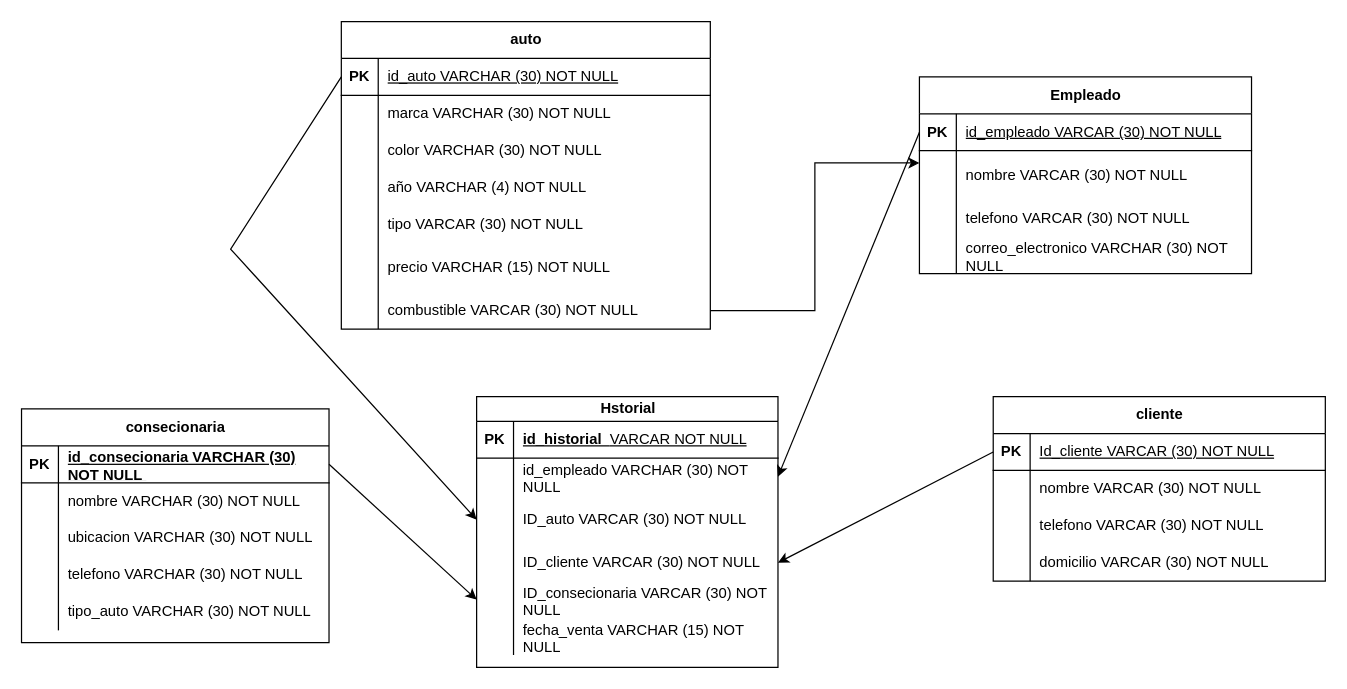
Above: page "Página-2" (2 of 2) of diagrama/consencionaria.drawio in GerardoNR/fbd-gerardo-reyes (draw.io), before the change. Source tidied: cells renumbered, new cells numbered last; positions are measured from the earlier drawing's top-left corner, leaving out a move shared by most shapes. Both pictures are drawn from the tidied source at 123%, with x=0, y=0 at pixel (21, 21).
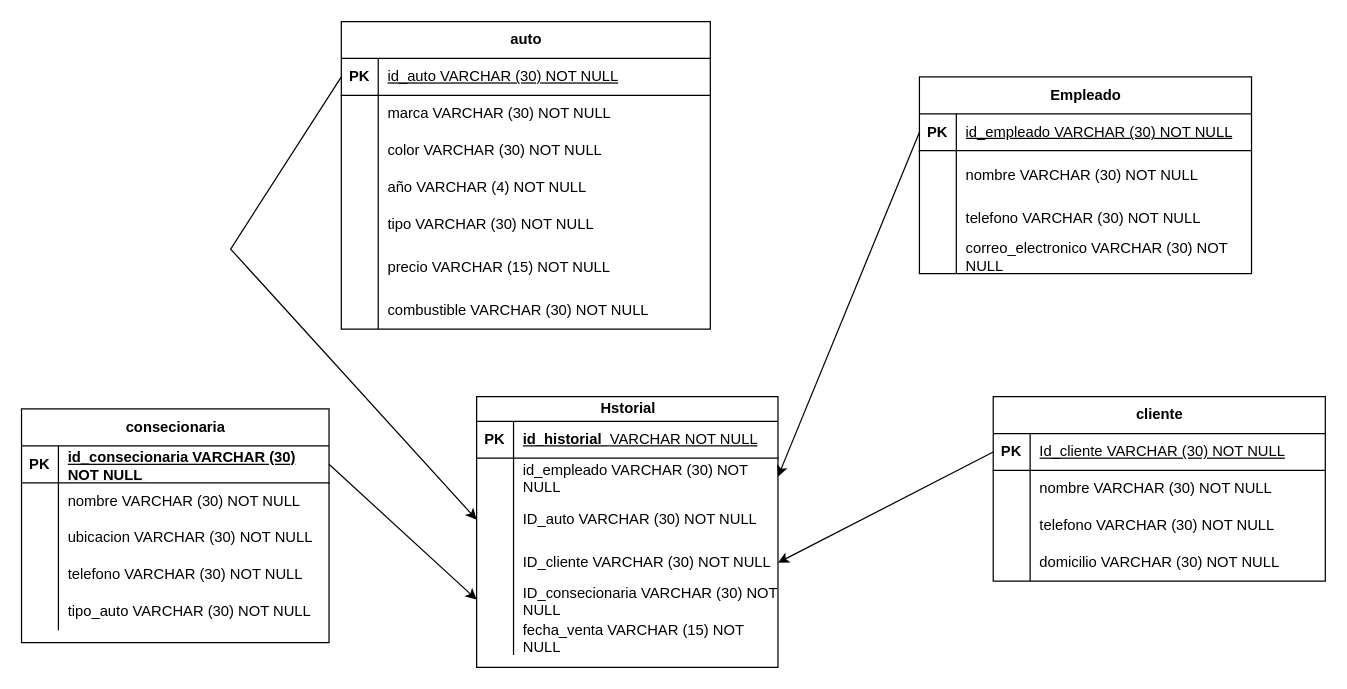
After the change.

Commit message:
corregui la palabra varchar

corregui unas palabras

The change refers to these unchanged cells:
```xml
<mxCell id="3" style="shape=tableRow;horizontal=0;startSize=0;swimlaneHead=0;swimlaneBody=0;fillColor=none;points=[[0,0.5],[1,0.5]];portConstraint=eastwest;top=0;left=0;right=0;bottom=1;" parent="2" vertex="1">
  <mxGeometry y="30" width="270" height="30" as="geometry" />
</mxCell>
<mxCell id="6" style="shape=tableRow;horizontal=0;startSize=0;swimlaneHead=0;swimlaneBody=0;fillColor=none;points=[[0,0.5],[1,0.5]];portConstraint=eastwest;top=0;left=0;right=0;bottom=0;" parent="2" vertex="1">
  <mxGeometry y="60" width="270" height="40" as="geometry" />
</mxCell>
<mxCell id="9" style="shape=tableRow;horizontal=0;startSize=0;swimlaneHead=0;swimlaneBody=0;fillColor=none;top=0;left=0;right=0;bottom=0;" parent="2" vertex="1">
  <mxGeometry y="100" width="270" height="30" as="geometry" />
</mxCell>
<mxCell id="28" style="shape=tableRow;horizontal=0;startSize=0;swimlaneHead=0;swimlaneBody=0;fillColor=none;top=0;left=0;right=0;bottom=0;" parent="15" vertex="1">
  <mxGeometry y="150" width="300" height="30" as="geometry" />
</mxCell>
<mxCell id="34" style="shape=tableRow;horizontal=0;startSize=0;swimlaneHead=0;swimlaneBody=0;fillColor=none;points=[[0,0.5],[1,0.5]];portConstraint=eastwest;top=0;left=0;right=0;bottom=0;" parent="15" vertex="1">
  <mxGeometry y="220" width="300" height="30" as="geometry" />
</mxCell>
<mxCell id="38" style="shape=tableRow;horizontal=0;startSize=0;swimlaneHead=0;swimlaneBody=0;fillColor=none;points=[[0,0.5],[1,0.5]];portConstraint=eastwest;top=0;left=0;right=0;bottom=1;" parent="37" vertex="1">
  <mxGeometry y="30" width="270" height="30" as="geometry" />
</mxCell>
<mxCell id="41" style="shape=tableRow;horizontal=0;startSize=0;swimlaneHead=0;swimlaneBody=0;fillColor=none;top=0;left=0;right=0;bottom=0;" parent="37" vertex="1">
  <mxGeometry y="60" width="270" height="30" as="geometry" />
</mxCell>
<mxCell id="44" style="shape=tableRow;horizontal=0;startSize=0;swimlaneHead=0;swimlaneBody=0;fillColor=none;top=0;left=0;right=0;bottom=0;" parent="37" vertex="1">
  <mxGeometry y="90" width="270" height="30" as="geometry" />
</mxCell>
<mxCell id="47" style="shape=tableRow;horizontal=0;startSize=0;swimlaneHead=0;swimlaneBody=0;fillColor=none;top=0;left=0;right=0;bottom=0;" parent="37" vertex="1">
  <mxGeometry y="120" width="270" height="30" as="geometry" />
</mxCell>
<mxCell id="51" style="shape=tableRow;horizontal=0;startSize=0;swimlaneHead=0;swimlaneBody=0;fillColor=none;top=0;left=0;right=0;bottom=1;" parent="50" vertex="1">
  <mxGeometry y="20" width="245" height="30" as="geometry" />
</mxCell>
<mxCell id="57" style="shape=tableRow;horizontal=0;startSize=0;swimlaneHead=0;swimlaneBody=0;fillColor=none;points=[[0,0.5],[1,0.5]];portConstraint=eastwest;top=0;left=0;right=0;bottom=0;" parent="50" vertex="1">
  <mxGeometry y="80" width="245" height="40" as="geometry" />
</mxCell>
<mxCell id="60" style="shape=tableRow;horizontal=0;startSize=0;swimlaneHead=0;swimlaneBody=0;fillColor=none;points=[[0,0.5],[1,0.5]];portConstraint=eastwest;top=0;left=0;right=0;bottom=0;" parent="50" vertex="1">
  <mxGeometry y="120" width="245" height="30" as="geometry" />
</mxCell>
<mxCell id="63" style="shape=tableRow;horizontal=0;startSize=0;swimlaneHead=0;swimlaneBody=0;fillColor=none;points=[[0,0.5],[1,0.5]];portConstraint=eastwest;top=0;left=0;right=0;bottom=0;" parent="50" vertex="1">
  <mxGeometry y="150" width="245" height="30" as="geometry" />
</mxCell>
```

Diff of the diagram source:
```diff
@@
-    <mxCell id="5" value="&lt;span style=&quot;font-weight: 400;&quot;&gt;id_empleado VARCAR (30) NOT NULL&lt;/span&gt;" style="shape=partialRectangle;fillColor=none;top=0;left=0;bottom=0;right=0;align=left;spacingLeft=6;fontStyle=5;overflow=hidden;whiteSpace=wrap;html=1;" parent="3" vertex="1">
+    <mxCell id="5" value="&lt;span style=&quot;font-weight: 400;&quot;&gt;id_empleado VARCHAR (30) NOT NULL&lt;/span&gt;" style="shape=partialRectangle;fillColor=none;top=0;left=0;bottom=0;right=0;align=left;spacingLeft=6;fontStyle=5;overflow=hidden;whiteSpace=wrap;html=1;" parent="3" vertex="1">
       <mxGeometry x="30" width="240" height="30" as="geometry" />
     </mxCell>
@@
-    <mxCell id="8" value="nombre VARCAR (30) NOT NULL" style="shape=partialRectangle;fillColor=none;top=0;left=0;bottom=0;right=0;align=left;spacingLeft=6;overflow=hidden;whiteSpace=wrap;html=1;" parent="6" vertex="1">
+    <mxCell id="8" value="nombre VARCHAR (30) NOT NULL" style="shape=partialRectangle;fillColor=none;top=0;left=0;bottom=0;right=0;align=left;spacingLeft=6;overflow=hidden;whiteSpace=wrap;html=1;" parent="6" vertex="1">
       <mxGeometry x="30" width="240" height="40" as="geometry" />
     </mxCell>
@@
-    <mxCell id="11" value="telefono VARCAR (30) NOT NULL" style="shape=partialRectangle;fillColor=none;top=0;left=0;bottom=0;right=0;align=left;spacingLeft=6;overflow=hidden;whiteSpace=wrap;html=1;" parent="9" vertex="1">
+    <mxCell id="11" value="telefono VARCHAR (30) NOT NULL" style="shape=partialRectangle;fillColor=none;top=0;left=0;bottom=0;right=0;align=left;spacingLeft=6;overflow=hidden;whiteSpace=wrap;html=1;" parent="9" vertex="1">
       <mxGeometry x="30" width="240" height="30" as="geometry" />
     </mxCell>
@@
-    <mxCell id="30" value="tipo VARCAR (30) NOT NULL" style="shape=partialRectangle;fillColor=none;top=0;left=0;bottom=0;right=0;align=left;spacingLeft=6;overflow=hidden;whiteSpace=wrap;html=1;" parent="28" vertex="1">
+    <mxCell id="30" value="tipo VARCHAR (30) NOT NULL" style="shape=partialRectangle;fillColor=none;top=0;left=0;bottom=0;right=0;align=left;spacingLeft=6;overflow=hidden;whiteSpace=wrap;html=1;" parent="28" vertex="1">
       <mxGeometry x="30" width="270" height="30" as="geometry" />
     </mxCell>
@@
-    <mxCell id="36" value="combustible VARCAR (30) NOT NULL" style="shape=partialRectangle;fillColor=none;top=0;left=0;bottom=0;right=0;align=left;spacingLeft=6;overflow=hidden;whiteSpace=wrap;html=1;" parent="34" vertex="1">
+    <mxCell id="36" value="combustible VARCHAR (30) NOT NULL" style="shape=partialRectangle;fillColor=none;top=0;left=0;bottom=0;right=0;align=left;spacingLeft=6;overflow=hidden;whiteSpace=wrap;html=1;" parent="34" vertex="1">
       <mxGeometry x="30" width="270" height="30" as="geometry" />
     </mxCell>
@@
-    <mxCell id="40" value="&lt;span style=&quot;font-weight: 400;&quot;&gt;Id_cliente VARCAR (30) NOT NULL&lt;/span&gt;" style="shape=partialRectangle;fillColor=none;top=0;left=0;bottom=0;right=0;align=left;spacingLeft=6;fontStyle=5;overflow=hidden;whiteSpace=wrap;html=1;" parent="38" vertex="1">
+    <mxCell id="40" value="&lt;span style=&quot;font-weight: 400;&quot;&gt;Id_cliente VARCHAR (30) NOT NULL&lt;/span&gt;" style="shape=partialRectangle;fillColor=none;top=0;left=0;bottom=0;right=0;align=left;spacingLeft=6;fontStyle=5;overflow=hidden;whiteSpace=wrap;html=1;" parent="38" vertex="1">
       <mxGeometry x="30" width="240" height="30" as="geometry" />
     </mxCell>
@@
-    <mxCell id="43" value="nombre VARCAR (30) NOT NULL" style="shape=partialRectangle;fillColor=none;top=0;left=0;bottom=0;right=0;align=left;spacingLeft=6;overflow=hidden;whiteSpace=wrap;html=1;" parent="41" vertex="1">
+    <mxCell id="43" value="nombre VARCHAR (30) NOT NULL" style="shape=partialRectangle;fillColor=none;top=0;left=0;bottom=0;right=0;align=left;spacingLeft=6;overflow=hidden;whiteSpace=wrap;html=1;" parent="41" vertex="1">
       <mxGeometry x="30" width="240" height="30" as="geometry" />
     </mxCell>
@@
-    <mxCell id="46" value="telefono VARCAR (30) NOT NULL" style="shape=partialRectangle;fillColor=none;top=0;left=0;bottom=0;right=0;align=left;spacingLeft=6;overflow=hidden;whiteSpace=wrap;html=1;" parent="44" vertex="1">
+    <mxCell id="46" value="telefono VARCHAR (30) NOT NULL" style="shape=partialRectangle;fillColor=none;top=0;left=0;bottom=0;right=0;align=left;spacingLeft=6;overflow=hidden;whiteSpace=wrap;html=1;" parent="44" vertex="1">
       <mxGeometry x="30" width="240" height="30" as="geometry" />
     </mxCell>
@@
-    <mxCell id="49" value="domicilio VARCAR (30) NOT NULL" style="shape=partialRectangle;fillColor=none;top=0;left=0;bottom=0;right=0;align=left;spacingLeft=6;overflow=hidden;whiteSpace=wrap;html=1;" parent="47" vertex="1">
+    <mxCell id="49" value="domicilio VARCHAR (30) NOT NULL" style="shape=partialRectangle;fillColor=none;top=0;left=0;bottom=0;right=0;align=left;spacingLeft=6;overflow=hidden;whiteSpace=wrap;html=1;" parent="47" vertex="1">
       <mxGeometry x="30" width="240" height="30" as="geometry" />
     </mxCell>
@@
-    <mxCell id="53" value="id_historial&amp;nbsp;&amp;nbsp;&lt;span style=&quot;font-weight: 400;&quot;&gt;VARCAR NOT NULL&lt;/span&gt;" style="shape=partialRectangle;fillColor=none;top=0;left=0;bottom=0;right=0;align=left;spacingLeft=6;fontStyle=5;overflow=hidden;whiteSpace=wrap;html=1;" parent="51" vertex="1">
+    <mxCell id="53" value="id_historial&amp;nbsp;&amp;nbsp;&lt;span style=&quot;font-weight: 400;&quot;&gt;VARCHAR NOT NULL&lt;/span&gt;" style="shape=partialRectangle;fillColor=none;top=0;left=0;bottom=0;right=0;align=left;spacingLeft=6;fontStyle=5;overflow=hidden;whiteSpace=wrap;html=1;" parent="51" vertex="1">
       <mxGeometry x="30" width="215" height="30" as="geometry" />
     </mxCell>
@@
-    <mxCell id="59" value="ID_auto VARCAR (30) NOT NULL" style="shape=partialRectangle;fillColor=none;top=0;left=0;bottom=0;right=0;align=left;spacingLeft=6;overflow=hidden;whiteSpace=wrap;html=1;" parent="57" vertex="1">
+    <mxCell id="59" value="ID_auto VARCHAR (30) NOT NULL" style="shape=partialRectangle;fillColor=none;top=0;left=0;bottom=0;right=0;align=left;spacingLeft=6;overflow=hidden;whiteSpace=wrap;html=1;" parent="57" vertex="1">
       <mxGeometry x="30" width="215" height="40" as="geometry" />
     </mxCell>
@@
-    <mxCell id="62" value="ID_cliente VARCAR (30) NOT NULL" style="shape=partialRectangle;fillColor=none;top=0;left=0;bottom=0;right=0;align=left;spacingLeft=6;overflow=hidden;whiteSpace=wrap;html=1;" parent="60" vertex="1">
+    <mxCell id="62" value="ID_cliente VARCHAR (30) NOT NULL" style="shape=partialRectangle;fillColor=none;top=0;left=0;bottom=0;right=0;align=left;spacingLeft=6;overflow=hidden;whiteSpace=wrap;html=1;" parent="60" vertex="1">
       <mxGeometry x="30" width="215" height="30" as="geometry" />
     </mxCell>
@@
-    <mxCell id="65" value="ID_consecionaria VARCAR (30) NOT NULL" style="shape=partialRectangle;fillColor=none;top=0;left=0;bottom=0;right=0;align=left;spacingLeft=6;overflow=hidden;whiteSpace=wrap;html=1;" parent="63" vertex="1">
+    <mxCell id="65" value="ID_consecionaria VARCHAR (30) NOT NULL" style="shape=partialRectangle;fillColor=none;top=0;left=0;bottom=0;right=0;align=left;spacingLeft=6;overflow=hidden;whiteSpace=wrap;html=1;" parent="63" vertex="1">
       <mxGeometry x="30" width="215" height="30" as="geometry" />
     </mxCell>
@@
-    <mxCell id="89" style="edgeStyle=orthogonalEdgeStyle;rounded=0;jettySize=auto;html=1;entryX=0;entryY=0.25;entryDx=0;entryDy=0;entryPerimeter=0;" parent="1" edge="1" source="34" target="6">
-      <mxGeometry relative="1" as="geometry" />
-    </mxCell>
```
